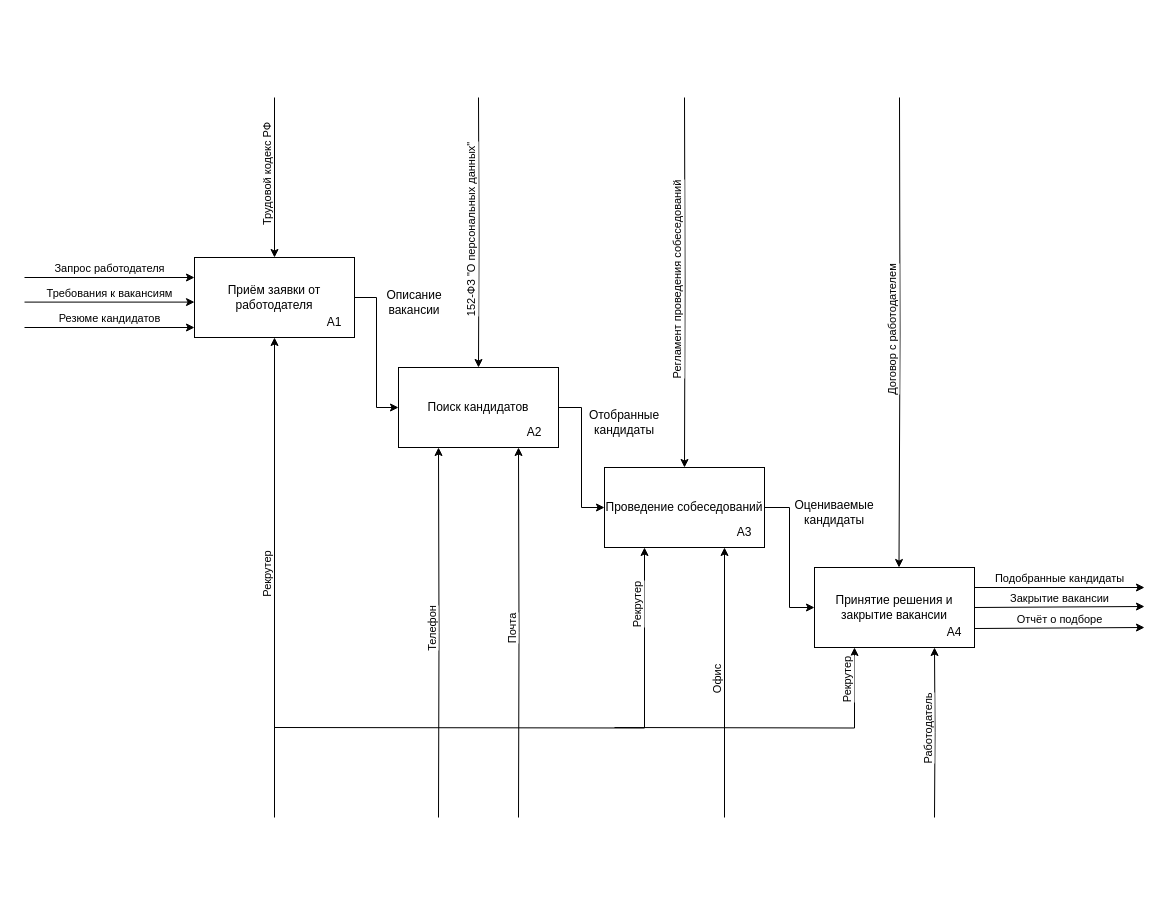
Before: декомпозиция.drawio in Regdal-cyber/Coursework, a draw.io diagram. Source tidied: cells renumbered, new cells numbered last; positions are measured from the earlier drawing's top-left corner, leaving out a move shared by most shapes. Both pictures are drawn from the tidied source at 100%, with x=0, y=0 at pixel (24, 97).
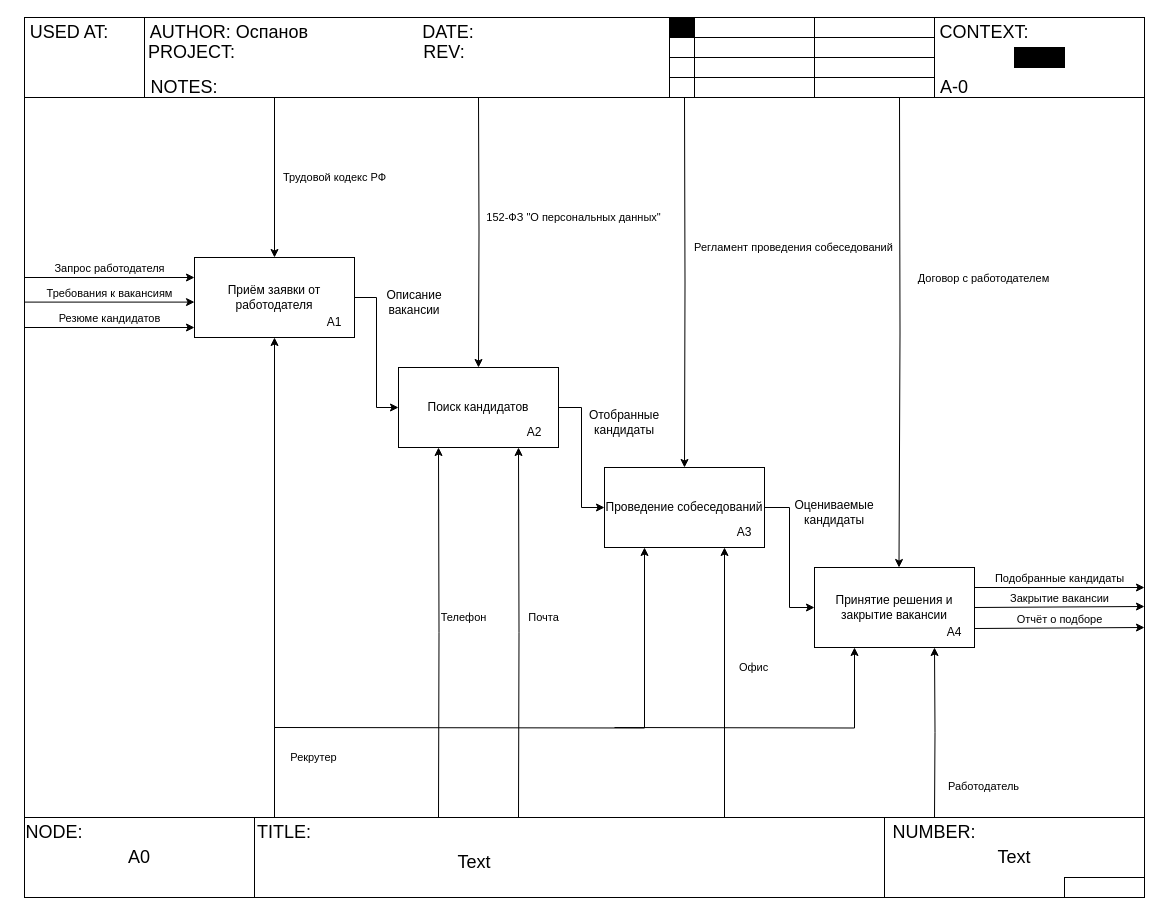
After the change.

Commit message:
Надо доделать

The change refers to these unchanged cells:
```xml
<mxCell id="4" value="Приём заявки от работодателя" style="rounded=0;whiteSpace=wrap;html=1;" parent="3" vertex="1">
  <mxGeometry width="160" height="80" as="geometry" />
</mxCell>
<mxCell id="7" value="Поиск кандидатов" style="rounded=0;whiteSpace=wrap;html=1;" parent="6" vertex="1">
  <mxGeometry width="160" height="80" as="geometry" />
</mxCell>
<mxCell id="10" value="Проведение собеседований" style="rounded=0;whiteSpace=wrap;html=1;" parent="9" vertex="1">
  <mxGeometry width="160" height="80" as="geometry" />
</mxCell>
<mxCell id="13" value="Принятие решения и закрытие вакансии" style="rounded=0;whiteSpace=wrap;html=1;" parent="12" vertex="1">
  <mxGeometry width="160" height="80" as="geometry" />
</mxCell>
```

Diff of the diagram source:
```diff
@@
-    <mxCell id="21" value="Трудовой кодекс РФ" style="endArrow=classic;html=1;rounded=0;entryX=0.5;entryY=0;entryDx=0;entryDy=0;verticalAlign=bottom;horizontal=0;spacingTop=0;spacingLeft=-2;" parent="1" edge="1" target="4">
-      <mxGeometry relative="1" as="geometry">
+    <mxCell id="21" value="Трудовой кодекс РФ" style="endArrow=classic;html=1;rounded=0;entryX=0.5;entryY=0;entryDx=0;entryDy=0;verticalAlign=middle;horizontal=1;spacingTop=0;spacingLeft=0;" parent="1" edge="1" target="4">
+      <mxGeometry y="60" relative="1" as="geometry">
         <mxPoint x="250" as="sourcePoint" />
       </mxGeometry>
     </mxCell>
-    <mxCell id="22" value="Рекрутер" style="endArrow=classic;html=1;rounded=0;entryX=0.5;entryY=1;entryDx=0;entryDy=0;verticalAlign=bottom;horizontal=0;spacingTop=0;spacingLeft=-2;" parent="1" edge="1" target="4">
-      <mxGeometry relative="1" as="geometry">
+    <mxCell id="22" value="Рекрутер" style="endArrow=classic;html=1;rounded=0;entryX=0.5;entryY=1;entryDx=0;entryDy=0;verticalAlign=middle;horizontal=1;spacingTop=0;spacingLeft=-2;" parent="1" edge="1" target="4">
+      <mxGeometry x="-0.75" y="-40" relative="1" as="geometry">
         <mxPoint x="250" y="720" as="sourcePoint" />
       </mxGeometry>
     </mxCell>
-    <mxCell id="23" value="Телефон" style="endArrow=classic;html=1;rounded=0;entryX=0.25;entryY=1;entryDx=0;entryDy=0;verticalAlign=bottom;horizontal=0;spacingTop=0;spacingLeft=-2;edgeStyle=orthogonalEdgeStyle;" parent="1" edge="1" target="7">
-      <mxGeometry relative="1" as="geometry">
+    <mxCell id="23" value="Телефон" style="endArrow=classic;html=1;rounded=0;entryX=0.25;entryY=1;entryDx=0;entryDy=0;verticalAlign=middle;horizontal=1;spacingTop=0;spacingLeft=-2;edgeStyle=orthogonalEdgeStyle;" parent="1" edge="1" target="7">
+      <mxGeometry x="0.08" y="-26" relative="1" as="geometry">
         <mxPoint x="414" y="720" as="sourcePoint" />
+        <mxPoint y="-1" as="offset" />
       </mxGeometry>
     </mxCell>
-    <mxCell id="24" value="Почта" style="endArrow=classic;html=1;rounded=0;entryX=0.75;entryY=1;entryDx=0;entryDy=0;verticalAlign=bottom;horizontal=0;spacingTop=0;spacingLeft=-2;edgeStyle=orthogonalEdgeStyle;" parent="1" edge="1" target="7">
-      <mxGeometry relative="1" as="geometry">
+    <mxCell id="24" value="Почта" style="endArrow=classic;html=1;rounded=0;entryX=0.75;entryY=1;entryDx=0;entryDy=0;verticalAlign=middle;horizontal=1;spacingTop=0;spacingLeft=-2;edgeStyle=orthogonalEdgeStyle;" parent="1" edge="1" target="7">
+      <mxGeometry x="0.08" y="-26" relative="1" as="geometry">
         <mxPoint x="494" y="720" as="sourcePoint" />
+        <mxPoint y="-1" as="offset" />
       </mxGeometry>
     </mxCell>
-    <mxCell id="25" value="152-ФЗ &quot;О персональных данных&quot;" style="endArrow=classic;html=1;rounded=0;entryX=0.5;entryY=0;entryDx=0;entryDy=0;verticalAlign=bottom;horizontal=0;spacingTop=0;spacingLeft=-2;edgeStyle=orthogonalEdgeStyle;" parent="1" edge="1" target="7">
-      <mxGeometry relative="1" as="geometry">
+    <mxCell id="25" value="152-ФЗ &quot;О персональных данных&quot;" style="endArrow=classic;html=1;rounded=0;entryX=0.5;entryY=0;entryDx=0;entryDy=0;verticalAlign=middle;horizontal=1;spacingTop=0;spacingLeft=-2;edgeStyle=orthogonalEdgeStyle;" parent="1" edge="1" target="7">
+      <mxGeometry x="-0.11" y="96" relative="1" as="geometry">
         <mxPoint x="454" as="sourcePoint" />
       </mxGeometry>
     </mxCell>
-    <mxCell id="26" value="Регламент проведения собеседований" style="endArrow=classic;html=1;rounded=0;entryX=0.5;entryY=0;entryDx=0;entryDy=0;verticalAlign=bottom;horizontal=0;spacingTop=0;spacingLeft=-2;edgeStyle=orthogonalEdgeStyle;" parent="1" edge="1" target="10">
-      <mxGeometry relative="1" as="geometry">
+    <mxCell id="26" value="Регламент проведения собеседований" style="endArrow=classic;html=1;rounded=0;entryX=0.5;entryY=0;entryDx=0;entryDy=0;verticalAlign=middle;horizontal=1;spacingTop=0;spacingLeft=-2;edgeStyle=orthogonalEdgeStyle;" parent="1" edge="1" target="10">
+      <mxGeometry x="-0.19" y="110" relative="1" as="geometry">
         <mxPoint x="660" as="sourcePoint" />
       </mxGeometry>
     </mxCell>
@@
-    <mxCell id="28" value="Офис" style="endArrow=classic;html=1;rounded=0;entryX=0.75;entryY=1;entryDx=0;entryDy=0;verticalAlign=bottom;horizontal=0;spacingTop=0;spacingLeft=-2;" parent="1" edge="1" target="10">
-      <mxGeometry relative="1" as="geometry">
+    <mxCell id="28" value="Офис" style="endArrow=classic;html=1;rounded=0;entryX=0.75;entryY=1;entryDx=0;entryDy=0;verticalAlign=middle;horizontal=1;spacingTop=0;spacingLeft=-2;" parent="1" edge="1" target="10">
+      <mxGeometry x="0.11" y="-30" relative="1" as="geometry">
         <mxPoint x="700" y="720" as="sourcePoint" />
       </mxGeometry>
     </mxCell>
-    <mxCell id="29" value="Рекрутер" style="endArrow=classic;html=1;rounded=0;entryX=0.25;entryY=1;entryDx=0;entryDy=0;verticalAlign=bottom;horizontal=0;spacingTop=0;spacingLeft=-2;edgeStyle=orthogonalEdgeStyle;" parent="1" edge="1" target="10">
+    <mxCell id="29" style="endArrow=classic;html=1;rounded=0;entryX=0.25;entryY=1;entryDx=0;entryDy=0;verticalAlign=middle;horizontal=1;spacingTop=0;spacingLeft=-2;edgeStyle=orthogonalEdgeStyle;" parent="1" edge="1" target="10">
       <mxGeometry x="0.78" relative="1" as="geometry">
         <mxPoint x="250" y="630" as="sourcePoint" />
       </mxGeometry>
     </mxCell>
@@
-    <mxCell id="34" value="Договор с работодателем" style="endArrow=classic;html=1;rounded=0;entryX=0.5;entryY=0;entryDx=0;entryDy=0;verticalAlign=bottom;horizontal=0;spacingTop=0;spacingLeft=-2;edgeStyle=orthogonalEdgeStyle;" parent="1" edge="1">
-      <mxGeometry relative="1" as="geometry">
+    <mxCell id="34" value="Договор с работодателем" style="endArrow=classic;html=1;rounded=0;entryX=0.5;entryY=0;entryDx=0;entryDy=0;verticalAlign=middle;horizontal=1;spacingTop=0;spacingLeft=-2;edgeStyle=orthogonalEdgeStyle;" parent="1" edge="1">
+      <mxGeometry x="-0.23" y="85" relative="1" as="geometry">
         <mxPoint x="875" as="sourcePoint" />
         <mxPoint x="874.5" y="470" as="targetPoint" />
       </mxGeometry>
     </mxCell>
-    <mxCell id="35" value="Рекрутер" style="endArrow=classic;html=1;rounded=0;entryX=0.25;entryY=1;entryDx=0;entryDy=0;verticalAlign=bottom;horizontal=0;spacingTop=0;spacingLeft=-2;edgeStyle=orthogonalEdgeStyle;" parent="1" edge="1" target="13">
+    <mxCell id="35" style="endArrow=classic;html=1;rounded=0;entryX=0.25;entryY=1;entryDx=0;entryDy=0;verticalAlign=bottom;horizontal=1;spacingTop=0;spacingLeft=-2;edgeStyle=orthogonalEdgeStyle;" parent="1" edge="1" target="13">
       <mxGeometry x="0.78" relative="1" as="geometry">
         <mxPoint x="590" y="630" as="sourcePoint" />
       </mxGeometry>
     </mxCell>
-    <mxCell id="36" value="Работодатель" style="endArrow=classic;html=1;rounded=0;entryX=0.75;entryY=1;entryDx=0;entryDy=0;verticalAlign=bottom;horizontal=0;spacingTop=0;spacingLeft=-2;edgeStyle=orthogonalEdgeStyle;" parent="1" edge="1" target="13">
-      <mxGeometry relative="1" as="geometry">
+    <mxCell id="36" value="Работодатель" style="endArrow=classic;html=1;rounded=0;entryX=0.75;entryY=1;entryDx=0;entryDy=0;verticalAlign=middle;horizontal=1;spacingTop=0;spacingLeft=-2;edgeStyle=orthogonalEdgeStyle;align=center;" parent="1" edge="1" target="13">
+      <mxGeometry x="-0.64" y="-50" relative="1" as="geometry">
         <mxPoint x="910" y="720" as="sourcePoint" />
       </mxGeometry>
     </mxCell>
+    <mxCell id="37" style="rounded=0;whiteSpace=wrap;html=1;fillColor=none;" parent="1" vertex="1">
+      <mxGeometry width="1120" height="720" as="geometry" />
+    </mxCell>
+    <mxCell id="38" style="rounded=0;whiteSpace=wrap;html=1;fillColor=none;" parent="1" vertex="1">
+      <mxGeometry y="720" width="230" height="80" as="geometry" />
+    </mxCell>
+    <mxCell id="39" value="NODE:" style="text;html=1;align=center;verticalAlign=middle;whiteSpace=wrap;rounded=0;fontSize=18;" parent="1" vertex="1">
+      <mxGeometry y="720" width="60" height="30" as="geometry" />
+    </mxCell>
+    <mxCell id="40" value="A0" style="text;html=1;align=center;verticalAlign=middle;whiteSpace=wrap;rounded=0;fontSize=18;" parent="1" vertex="1">
+      <mxGeometry x="85" y="745" width="60" height="30" as="geometry" />
+    </mxCell>
+    <mxCell id="41" style="rounded=0;whiteSpace=wrap;html=1;fillColor=none;" parent="1" vertex="1">
+      <mxGeometry x="230" y="720" width="630" height="80" as="geometry" />
+    </mxCell>
+    <mxCell id="42" style="rounded=0;whiteSpace=wrap;html=1;fillColor=none;" parent="1" vertex="1">
+      <mxGeometry x="860" y="720" width="260" height="80" as="geometry" />
+    </mxCell>
+    <mxCell id="43" value="TITLE:" style="text;html=1;align=center;verticalAlign=middle;whiteSpace=wrap;rounded=0;fontSize=18;" parent="1" vertex="1">
+      <mxGeometry x="230" y="720" width="60" height="30" as="geometry" />
+    </mxCell>
+    <mxCell id="44" value="Text" style="text;html=1;align=center;verticalAlign=middle;whiteSpace=wrap;rounded=0;fontSize=18;" parent="1" vertex="1">
+      <mxGeometry x="420" y="750" width="60" height="30" as="geometry" />
+    </mxCell>
+    <mxCell id="45" value="NUMBER:" style="text;html=1;align=center;verticalAlign=middle;whiteSpace=wrap;rounded=0;fontSize=18;" parent="1" vertex="1">
+      <mxGeometry x="880" y="720" width="60" height="30" as="geometry" />
+    </mxCell>
+    <mxCell id="46" value="Text" style="text;html=1;align=center;verticalAlign=middle;whiteSpace=wrap;rounded=0;fontSize=18;" parent="1" vertex="1">
+      <mxGeometry x="960" y="745" width="60" height="30" as="geometry" />
+    </mxCell>
+    <mxCell id="47" style="rounded=0;whiteSpace=wrap;html=1;fillColor=none;" parent="1" vertex="1">
+      <mxGeometry x="1040" y="780" width="80" height="20" as="geometry" />
+    </mxCell>
+    <mxCell id="48" style="rounded=0;whiteSpace=wrap;html=1;fillColor=none;" parent="1" vertex="1">
+      <mxGeometry x="910" y="-80" width="210" height="80" as="geometry" />
+    </mxCell>
+    <mxCell id="49" style="rounded=0;whiteSpace=wrap;html=1;fillColor=none;" parent="1" vertex="1">
+      <mxGeometry x="790" y="-20" width="120" height="20" as="geometry" />
+    </mxCell>
+    <mxCell id="50" style="rounded=0;whiteSpace=wrap;html=1;fillColor=none;" parent="1" vertex="1">
+      <mxGeometry x="670" y="-20" width="120" height="20" as="geometry" />
+    </mxCell>
+    <mxCell id="51" style="rounded=0;whiteSpace=wrap;html=1;fillColor=none;" parent="1" vertex="1">
+      <mxGeometry x="790" y="-40" width="120" height="20" as="geometry" />
+    </mxCell>
+    <mxCell id="52" style="rounded=0;whiteSpace=wrap;html=1;fillColor=none;" parent="1" vertex="1">
+      <mxGeometry x="670" y="-40" width="120" height="20" as="geometry" />
+    </mxCell>
+    <mxCell id="53" style="rounded=0;whiteSpace=wrap;html=1;fillColor=none;" parent="1" vertex="1">
+      <mxGeometry x="790" y="-60" width="120" height="20" as="geometry" />
+    </mxCell>
+    <mxCell id="54" style="rounded=0;whiteSpace=wrap;html=1;fillColor=none;" parent="1" vertex="1">
+      <mxGeometry x="670" y="-60" width="120" height="20" as="geometry" />
+    </mxCell>
+    <mxCell id="55" style="rounded=0;whiteSpace=wrap;html=1;fillColor=none;" parent="1" vertex="1">
+      <mxGeometry x="790" y="-80" width="120" height="20" as="geometry" />
+    </mxCell>
+    <mxCell id="56" style="rounded=0;whiteSpace=wrap;html=1;fillColor=none;" parent="1" vertex="1">
+      <mxGeometry x="670" y="-80" width="120" height="20" as="geometry" />
+    </mxCell>
+    <mxCell id="57" style="rounded=0;whiteSpace=wrap;html=1;fillColor=#000000;" parent="1" vertex="1">
+      <mxGeometry x="645" y="-80" width="25" height="20" as="geometry" />
+    </mxCell>
+    <mxCell id="58" style="rounded=0;whiteSpace=wrap;html=1;fillColor=none;" parent="1" vertex="1">
+      <mxGeometry x="645" y="-60" width="25" height="20" as="geometry" />
+    </mxCell>
+    <mxCell id="59" style="rounded=0;whiteSpace=wrap;html=1;fillColor=none;" parent="1" vertex="1">
+      <mxGeometry x="645" y="-40" width="25" height="20" as="geometry" />
+    </mxCell>
+    <mxCell id="60" style="rounded=0;whiteSpace=wrap;html=1;fillColor=none;" parent="1" vertex="1">
+      <mxGeometry x="645" y="-20" width="25" height="20" as="geometry" />
+    </mxCell>
+    <mxCell id="61" style="rounded=0;whiteSpace=wrap;html=1;fillColor=none;" parent="1" vertex="1">
+      <mxGeometry x="120" y="-80" width="525" height="80" as="geometry" />
+    </mxCell>
+    <mxCell id="62" style="rounded=0;whiteSpace=wrap;html=1;fillColor=none;" parent="1" vertex="1">
+      <mxGeometry y="-80" width="120" height="80" as="geometry" />
+    </mxCell>
+    <mxCell id="63" value="USED AT:" style="text;html=1;align=center;verticalAlign=middle;whiteSpace=wrap;rounded=0;fontSize=18;" parent="1" vertex="1">
+      <mxGeometry y="-80" width="90" height="30" as="geometry" />
+    </mxCell>
+    <mxCell id="64" value="AUTHOR: Оспанов" style="text;html=1;align=center;verticalAlign=middle;whiteSpace=wrap;rounded=0;fontSize=18;" parent="1" vertex="1">
+      <mxGeometry x="110" y="-80" width="190" height="30" as="geometry" />
+    </mxCell>
+    <mxCell id="65" value="&amp;nbsp;PROJECT:" style="text;html=1;align=center;verticalAlign=middle;whiteSpace=wrap;rounded=0;fontSize=18;" parent="1" vertex="1">
+      <mxGeometry x="110" y="-60" width="110" height="30" as="geometry" />
+    </mxCell>
+    <mxCell id="66" value="NOTES:" style="text;html=1;align=center;verticalAlign=middle;whiteSpace=wrap;rounded=0;fontSize=18;" parent="1" vertex="1">
+      <mxGeometry x="110" y="-25" width="100" height="30" as="geometry" />
+    </mxCell>
+    <mxCell id="67" value="DATE:" style="text;html=1;align=center;verticalAlign=middle;whiteSpace=wrap;rounded=0;fontSize=18;" parent="1" vertex="1">
+      <mxGeometry x="374" y="-80" width="100" height="30" as="geometry" />
+    </mxCell>
+    <mxCell id="68" value="REV:" style="text;html=1;align=center;verticalAlign=middle;whiteSpace=wrap;rounded=0;fontSize=18;" parent="1" vertex="1">
+      <mxGeometry x="380" y="-60" width="80" height="30" as="geometry" />
+    </mxCell>
+    <mxCell id="69" value="CONTEXT:" style="text;html=1;align=center;verticalAlign=middle;whiteSpace=wrap;rounded=0;fontSize=18;" parent="1" vertex="1">
+      <mxGeometry x="910" y="-80" width="100" height="30" as="geometry" />
+    </mxCell>
+    <mxCell id="70" value="A-0" style="text;html=1;align=center;verticalAlign=middle;whiteSpace=wrap;rounded=0;fontSize=18;" parent="1" vertex="1">
+      <mxGeometry x="900" y="-25" width="60" height="30" as="geometry" />
+    </mxCell>
+    <mxCell id="71" style="rounded=0;whiteSpace=wrap;html=1;fillColor=#000000;" parent="1" vertex="1">
+      <mxGeometry x="990" y="-50" width="50" height="20" as="geometry" />
+    </mxCell>
```
